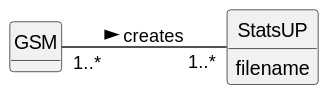
Above: docs/sprintB/us011/02.analysis/svg/us011-domain-model.svg in ricardomm7/leaflink (PlantUML), before the change.
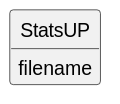
Later version of the same file.

What changed in the source:
```diff
@@ -10,12 +10,8 @@
 hide circle
 hide methods
 
-class GSM {
 
-}
 class StatsUP {
     filename
 }
-
-GSM "1..*" -- "1..*" StatsUP : creates >
 @enduml
```
